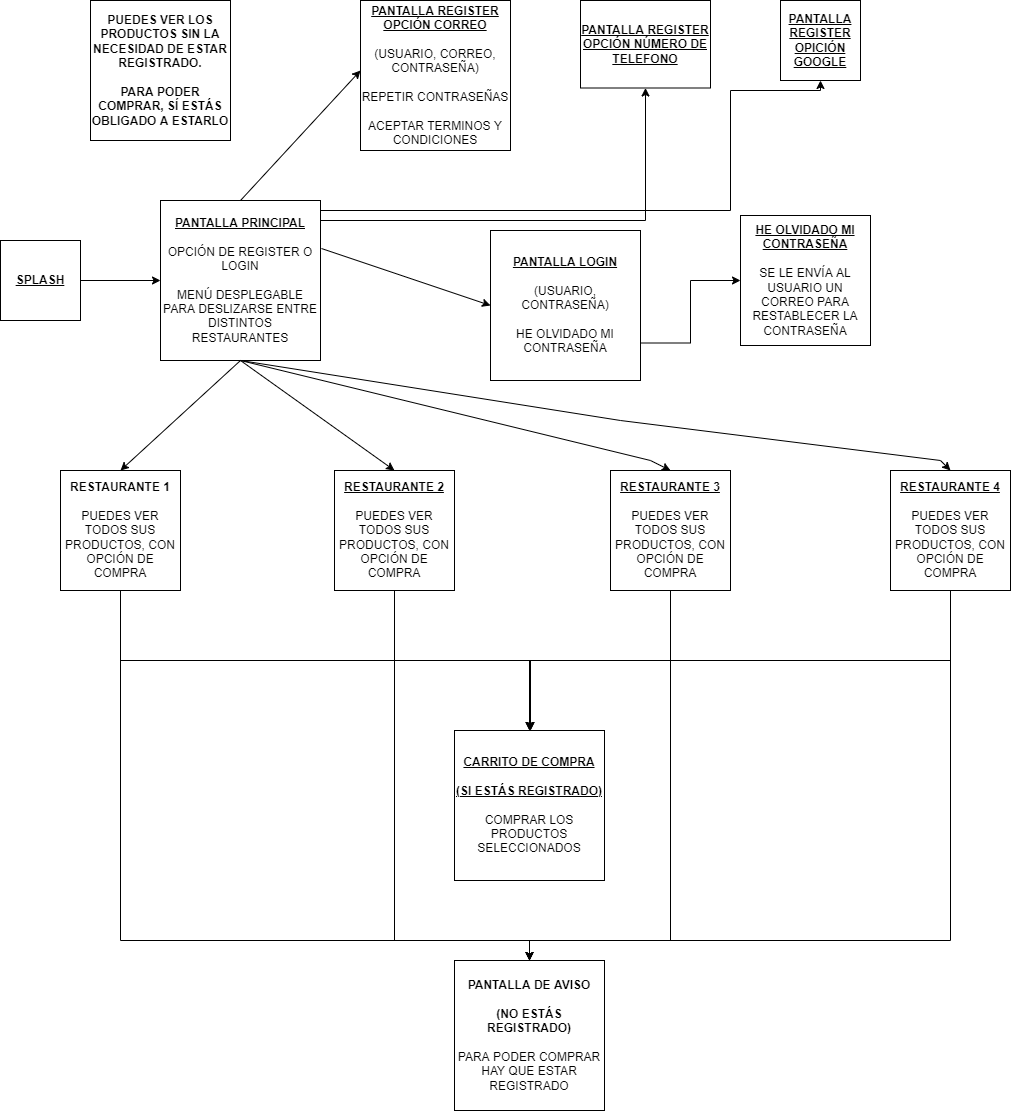
Above: Diagrama sin título.drawio.png in angelcriber99/jerou (draw.io), before the change. Source tidied: cells renumbered, new cells last; positions are measured from the earlier drawing's top-left corner, leaving out a move shared by most shapes.
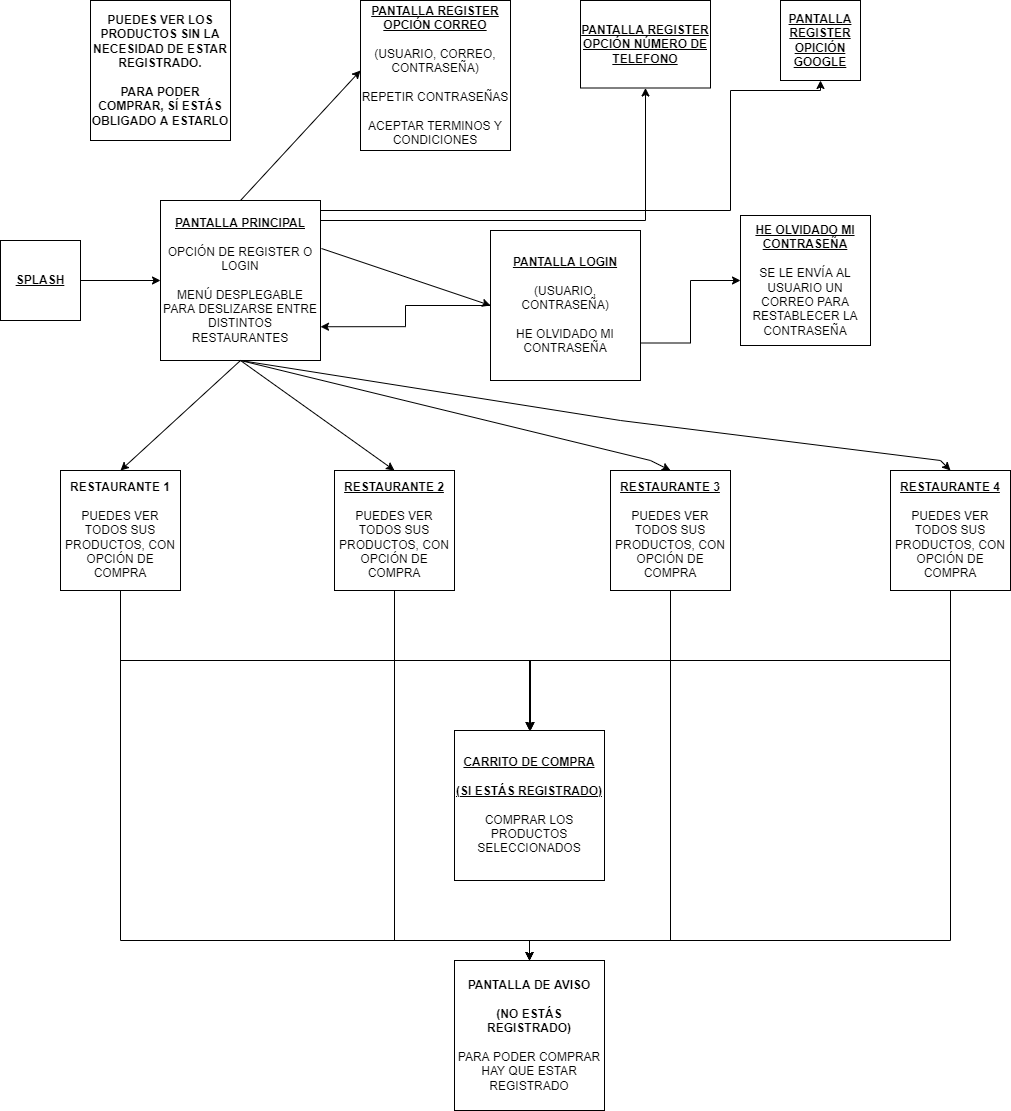
The same diagram one commit later.

The edit, as a diff of the source:
```diff
@@ -35,6 +35,9 @@
     <mxCell id="8" style="edgeStyle=orthogonalEdgeStyle;rounded=0;jettySize=auto;html=1;exitX=1;exitY=0.75;exitDx=0;exitDy=0;entryX=0;entryY=0.5;entryDx=0;entryDy=0;" parent="1" edge="1" source="9" target="28">
       <mxGeometry relative="1" as="geometry" />
     </mxCell>
+    <mxCell id="34" style="edgeStyle=orthogonalEdgeStyle;rounded=0;jettySize=auto;html=1;entryX=1;entryY=0.789;entryDx=0;entryDy=0;entryPerimeter=0;" parent="1" edge="1" source="9" target="6">
+      <mxGeometry relative="1" as="geometry" />
+    </mxCell>
     <mxCell id="9" value="&lt;b&gt;&lt;u&gt;PANTALLA LOGIN&lt;/u&gt;&lt;/b&gt;&lt;br&gt;&lt;br&gt;(USUARIO, CONTRASEÑA)&lt;br&gt;&lt;br&gt;HE OLVIDADO MI CONTRASEÑA" style="whiteSpace=wrap;html=1;" parent="1" vertex="1">
       <mxGeometry x="490" y="230" width="150" height="150" as="geometry" />
     </mxCell>
```
